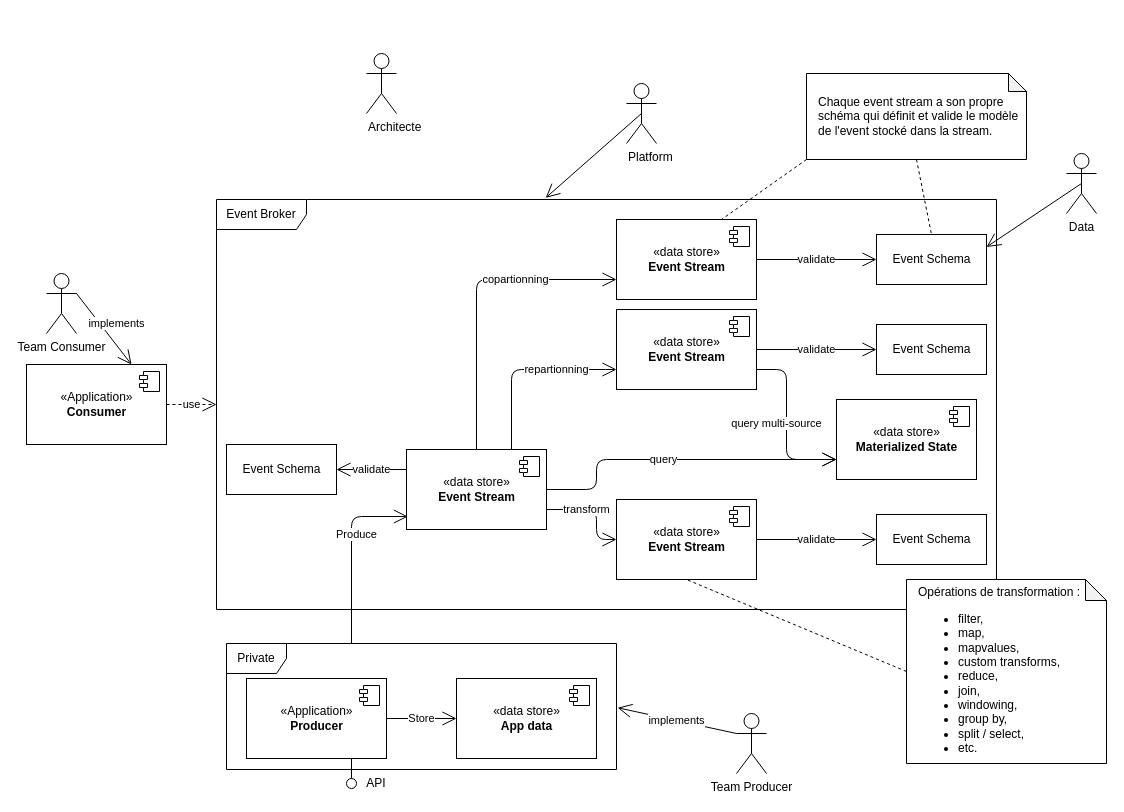
Earlier version of the draw.io diagram page "Page-2" (2 of 2) of drafts/data-liberation.drawio (diplomegalo/event-driven). Source tidied: cells renumbered, new cells numbered last; positions are measured from the earlier drawing's top-left corner, leaving out a move shared by most shapes. Both pictures are drawn from the tidied source at 100%, with x=0, y=0 at pixel (26, 53).
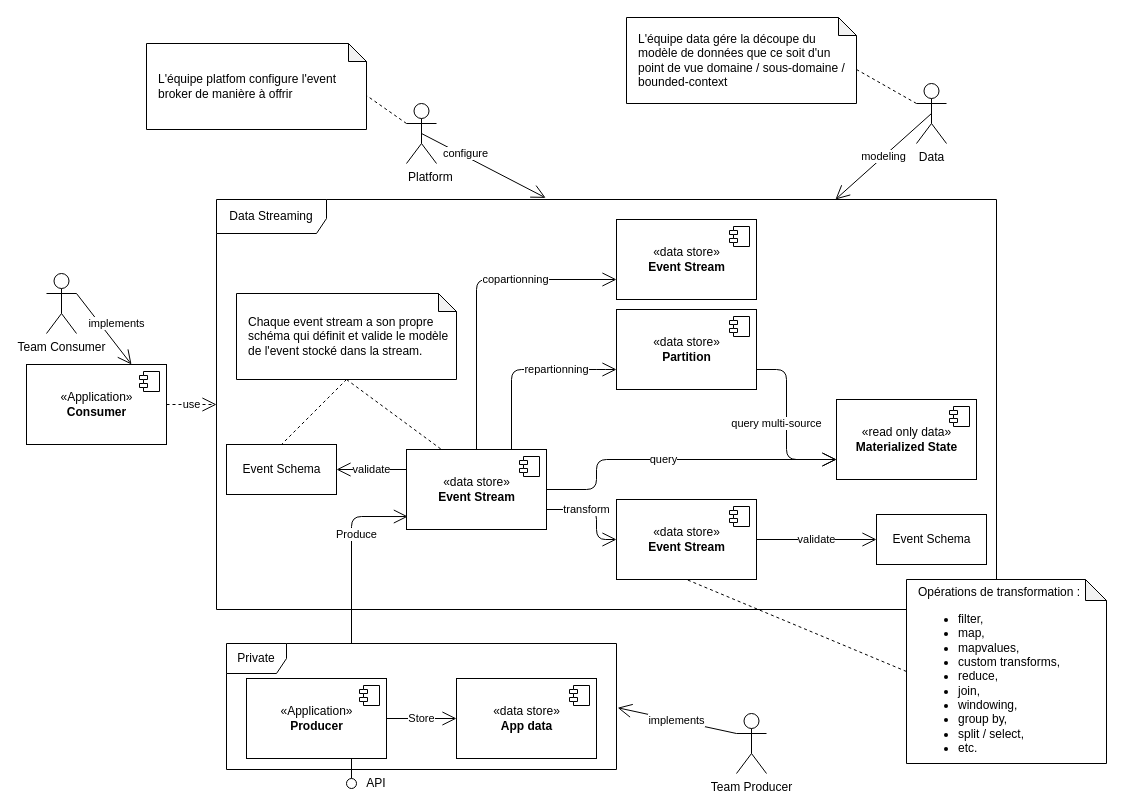
After the change.

Commit message (it also covers changes not shown here):
event storming

Unchanged cells that the change refers to:
```xml
<mxCell id="12" value="«data store»&lt;br&gt;&lt;b&gt;Event Stream&lt;/b&gt;" style="html=1;" parent="1" vertex="1">
  <mxGeometry x="380" y="396" width="140" height="80" as="geometry" />
</mxCell>
<mxCell id="25" value="«data store»&lt;br&gt;&lt;b&gt;Event Stream&lt;/b&gt;" style="html=1;" parent="1" vertex="1">
  <mxGeometry x="590" y="166" width="140" height="80" as="geometry" />
</mxCell>
<mxCell id="37" style="endArrow=open;endFill=1;endSize=12;html=1;entryX=0.422;entryY=-0.004;entryDx=0;entryDy=0;entryPerimeter=0;exitX=0.5;exitY=0.5;exitDx=0;exitDy=0;exitPerimeter=0;" parent="1" edge="1" source="51" target="3">
  <mxGeometry relative="1" as="geometry" />
</mxCell>
<mxCell id="47" value="Event Schema" style="html=1;" parent="1" vertex="1">
  <mxGeometry x="200" y="391" width="110" height="50" as="geometry" />
</mxCell>
```

Diff of the diagram source:
```diff
@@
-    <mxCell id="3" value="Event Broker" style="shape=umlFrame;whiteSpace=wrap;html=1;width=90;height=30;" parent="1" vertex="1">
+    <mxCell id="3" value="Data Streaming" style="shape=umlFrame;whiteSpace=wrap;html=1;width=110;height=34;" parent="1" vertex="1">
       <mxGeometry x="190" y="146" width="780" height="410" as="geometry" />
     </mxCell>
@@
-    <mxCell id="15" value="«data store»&lt;br&gt;&lt;b&gt;Materialized State&lt;/b&gt;" style="html=1;" parent="1" vertex="1">
+    <mxCell id="15" value="«read only data»&lt;br&gt;&lt;b&gt;Materialized State&lt;/b&gt;" style="html=1;" parent="1" vertex="1">
       <mxGeometry x="810" y="346" width="140" height="80" as="geometry" />
     </mxCell>
@@
-    <mxCell id="23" value="«data store»&lt;br&gt;&lt;b&gt;Event Stream&lt;/b&gt;" style="html=1;" parent="1" vertex="1">
+    <mxCell id="23" value="«data store»&lt;br&gt;&lt;b&gt;Partition&lt;/b&gt;" style="html=1;" parent="1" vertex="1">
       <mxGeometry x="590" y="256" width="140" height="80" as="geometry" />
     </mxCell>
@@
     <mxCell id="36" value="Data" style="shape=umlActor;verticalLabelPosition=bottom;verticalAlign=top;html=1;" parent="1" vertex="1">
-      <mxGeometry x="1040" y="100" width="30" height="60" as="geometry" />
+      <mxGeometry x="890" y="30" width="30" height="60" as="geometry" />
     </mxCell>
@@
-    <mxCell id="38" value="Event Schema" style="html=1;" parent="1" vertex="1">
-      <mxGeometry x="850" y="181" width="110" height="50" as="geometry" />
-    </mxCell>
-    <mxCell id="39" value="validate" style="endArrow=open;endFill=1;endSize=12;html=1;exitX=1;exitY=0.5;exitDx=0;exitDy=0;entryX=0;entryY=0.5;entryDx=0;entryDy=0;" parent="1" edge="1" source="25" target="38">
-      <mxGeometry relative="1" as="geometry" />
-    </mxCell>
+    <mxCell id="53" value="configure" style="edgeLabel;html=1;align=center;verticalAlign=middle;" parent="37" vertex="1">
+      <mxGeometry x="-0.32" y="3" relative="1" as="geometry" />
+    </mxCell>
     <mxCell id="40" value="Chaque event stream a son propre schéma qui définit et valide le modèle de l'event stocké dans la stream." style="shape=note;whiteSpace=wrap;html=1;backgroundOutline=1;darkOpacity=0.05;align=left;spacingLeft=10;size=18;" parent="1" vertex="1">
-      <mxGeometry x="780" y="20" width="220" height="86" as="geometry" />
+      <mxGeometry x="210" y="240" width="220" height="86" as="geometry" />
     </mxCell>
-    <mxCell id="41" style="endArrow=none;dashed=1;html=1;entryX=0.75;entryY=0;entryDx=0;entryDy=0;exitX=0;exitY=1;exitDx=0;exitDy=0;exitPerimeter=0;" parent="1" edge="1" source="40" target="25">
+    <mxCell id="41" style="endArrow=none;dashed=1;html=1;entryX=0.5;entryY=0;entryDx=0;entryDy=0;exitX=0.5;exitY=1;exitDx=0;exitDy=0;exitPerimeter=0;" parent="1" edge="1" source="40" target="47">
       <mxGeometry relative="1" as="geometry" />
     </mxCell>
-    <mxCell id="42" style="endArrow=none;dashed=1;html=1;entryX=0.5;entryY=0;entryDx=0;entryDy=0;exitX=0.5;exitY=1;exitDx=0;exitDy=0;exitPerimeter=0;" parent="1" edge="1" source="40" target="38">
+    <mxCell id="42" style="endArrow=none;dashed=1;html=1;entryX=0.25;entryY=0;entryDx=0;entryDy=0;exitX=0.5;exitY=1;exitDx=0;exitDy=0;exitPerimeter=0;" parent="1" edge="1" source="40" target="12">
       <mxGeometry relative="1" as="geometry" />
     </mxCell>
-    <mxCell id="43" value="Event Schema" style="html=1;" parent="1" vertex="1">
-      <mxGeometry x="850" y="271" width="110" height="50" as="geometry" />
-    </mxCell>
@@
-    <mxCell id="45" value="validate" style="endArrow=open;endFill=1;endSize=12;html=1;exitX=1;exitY=0.5;exitDx=0;exitDy=0;entryX=0;entryY=0.5;entryDx=0;entryDy=0;" parent="1" edge="1" source="23" target="43">
-      <mxGeometry relative="1" as="geometry" />
-    </mxCell>
@@
-    <mxCell id="50" value="Architecte" style="shape=umlActor;verticalLabelPosition=bottom;verticalAlign=top;html=1;align=left;" parent="1" vertex="1">
-      <mxGeometry x="340" width="30" height="60" as="geometry" />
-    </mxCell>
     <mxCell id="51" value="Platform" style="shape=umlActor;verticalLabelPosition=bottom;verticalAlign=top;html=1;align=left;" parent="1" vertex="1">
-      <mxGeometry x="600" y="30" width="30" height="60" as="geometry" />
+      <mxGeometry x="380" y="50" width="30" height="60" as="geometry" />
     </mxCell>
-    <mxCell id="52" style="endArrow=open;endFill=1;endSize=12;html=1;entryX=1;entryY=0.25;entryDx=0;entryDy=0;exitX=0.5;exitY=0.5;exitDx=0;exitDy=0;exitPerimeter=0;" parent="1" edge="1" source="36" target="38">
+    <mxCell id="52" value="modeling" style="endArrow=open;endFill=1;endSize=12;html=1;exitX=0.5;exitY=0.5;exitDx=0;exitDy=0;exitPerimeter=0;" parent="1" edge="1" source="36" target="3">
       <mxGeometry relative="1" as="geometry" />
     </mxCell>
+    <mxCell id="54" value="L'équipe data gére la découpe du modèle de données que ce soit d'un point de vue domaine / sous-domaine / bounded-context" style="shape=note;whiteSpace=wrap;html=1;backgroundOutline=1;darkOpacity=0.05;align=left;spacingLeft=10;size=18;" parent="1" vertex="1">
+      <mxGeometry x="600" y="-36" width="230" height="86" as="geometry" />
+    </mxCell>
+    <mxCell id="55" value="L'équipe platfom configure l'event broker de manière à offrir&amp;nbsp;" style="shape=note;whiteSpace=wrap;html=1;backgroundOutline=1;darkOpacity=0.05;align=left;spacingLeft=10;size=18;" parent="1" vertex="1">
+      <mxGeometry x="120" y="-10" width="220" height="86" as="geometry" />
+    </mxCell>
+    <mxCell id="56" style="endArrow=none;dashed=1;html=1;entryX=0;entryY=0;entryDx=230;entryDy=52;entryPerimeter=0;exitX=0;exitY=0.3333333333333333;exitDx=0;exitDy=0;exitPerimeter=0;" parent="1" edge="1" source="36" target="54">
+      <mxGeometry relative="1" as="geometry" />
+    </mxCell>
+    <mxCell id="57" style="endArrow=none;dashed=1;html=1;exitX=0;exitY=0.3333333333333333;exitDx=0;exitDy=0;exitPerimeter=0;entryX=0;entryY=0;entryDx=220;entryDy=52;entryPerimeter=0;" parent="1" edge="1" source="51" target="55">
+      <mxGeometry relative="1" as="geometry" />
+    </mxCell>
```
